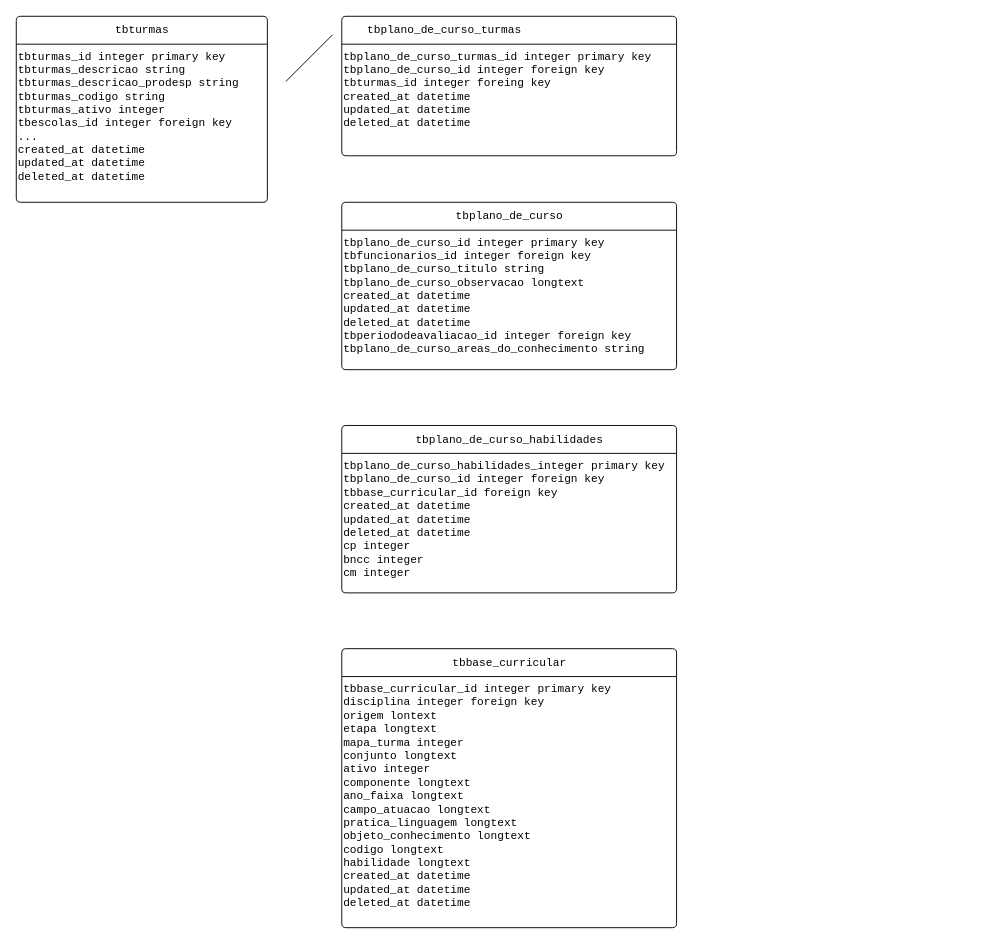
DjalmaANeto/modelagem-planos-de-curso-aula keeps this draw.io diagram as Diagrama sem nome.drawio. Above is the earlier version. Source tidied: cells renumbered, new cells numbered last; positions are measured from the earlier drawing's top-left corner, leaving out a move shared by most shapes. Both pictures are drawn from the tidied source at 93%, with x=0, y=0 at pixel (16, 16).
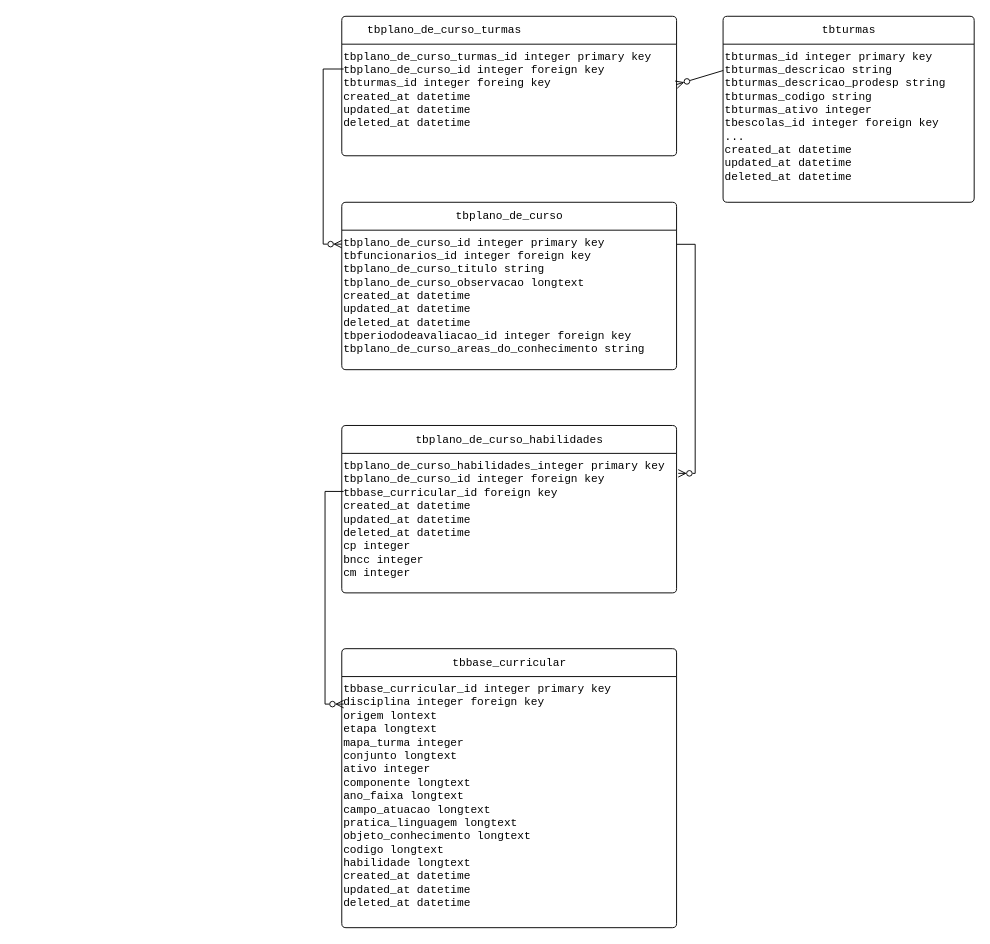
Above is the later version.

The change refers to these unchanged cells:
```xml
<mxCell id="2" style="graphMlID=entity0;gradientDirection=east;shape=swimlane;startSize=30;rounded=1;arcSize=5;strokeWidth=1.0;swimlaneFillColor=none;" parent="1" vertex="1">
  <mxGeometry x="350" y="200" width="360" height="180" as="geometry" />
</mxCell>
<mxCell id="3" value="tbplano_de_curso_id integer primary key&lt;br&gt;tbfuncionarios_id integer foreign key&lt;br&gt;tbplano_de_curso_titulo string&amp;nbsp;&lt;br&gt;tbplano_de_curso_observacao longtext&lt;br&gt;created_at datetime&lt;br&gt;updated_at datetime&lt;br&gt;deleted_at datetime&lt;br&gt;tbperiododeavaliacao_id integer foreign key&lt;br&gt;tbplano_de_curso_areas_do_conhecimento string" style="text;html=1;spacing=0;align=left;fontFamily=courier;fontSize=12;fontStyle=0;=center;" parent="2" vertex="1">
  <mxGeometry x="2" y="31.7" width="358" height="148.3" as="geometry" />
</mxCell>
<mxCell id="6" value="&lt;font color=&quot;#000000&quot;&gt;tbplano_de_curso_habilidades_integer primary key&lt;br&gt;tbplano_de_curso_id integer foreign key&lt;br&gt;tbbase_curricular_id foreign key&lt;br&gt;created_at datetime&lt;br&gt;updated_at datetime&lt;br&gt;deleted_at datetime&lt;br&gt;cp integer&lt;br&gt;bncc integer&lt;br&gt;cm integer&lt;/font&gt;" style="text;html=1;spacing=0;align=left;fontFamily=courier;fontSize=12;fontStyle=0;=center;fontColor=#c4c4c4;" parent="5" vertex="1">
  <mxGeometry x="2" y="31.7" width="358" height="157" as="geometry" />
</mxCell>
<mxCell id="9" value="&lt;font color=&quot;#000000&quot;&gt;tbbase_curricular_id integer primary key&lt;br&gt;disciplina integer foreign key&lt;br&gt;origem lontext&amp;nbsp;&lt;br&gt;etapa longtext&lt;br&gt;mapa_turma integer&lt;br&gt;conjunto longtext&lt;br&gt;ativo integer&lt;br&gt;componente longtext&lt;br&gt;ano_faixa longtext&lt;br&gt;campo_atuacao longtext&lt;br&gt;pratica_linguagem longtext&lt;br&gt;objeto_conhecimento longtext&lt;br&gt;codigo longtext&lt;br&gt;habilidade longtext&lt;br&gt;created_at datetime&lt;br&gt;updated_at datetime&lt;br&gt;deleted_at datetime&lt;span style=&quot;white-space: pre;&quot;&gt;&#9;&lt;/span&gt;&lt;/font&gt;" style="text;html=1;spacing=0;align=left;fontFamily=courier;fontSize=12;fontStyle=0;=center;fontColor=#c4c4c4;" parent="8" vertex="1">
  <mxGeometry x="2" y="31.7" width="358" height="268.3" as="geometry" />
</mxCell>
<mxCell id="12" value="&lt;font color=&quot;#000000&quot;&gt;tbplano_de_curso_turmas_id integer primary key&lt;br&gt;tbplano_de_curso_id integer foreign key&lt;br&gt;tbturmas_id integer foreing key&lt;br&gt;created_at datetime&lt;br&gt;updated_at datetime&lt;br&gt;deleted_at datetime&lt;/font&gt;" style="text;html=1;spacing=0;align=left;fontFamily=courier;fontSize=12;fontStyle=0;=center;fontColor=#c4c4c4;swimlaneFillColor=none;strokeColor=none;" parent="11" vertex="1">
  <mxGeometry x="2" y="31.7" width="358" height="100" as="geometry" />
</mxCell>
<mxCell id="15" value="&lt;font color=&quot;#000000&quot;&gt;tbturmas_id integer primary key&lt;br&gt;tbturmas_descricao string&amp;nbsp;&lt;br&gt;tbturmas_descricao_prodesp string&lt;br&gt;tbturmas_codigo string&lt;br&gt;tbturmas_ativo integer&amp;nbsp;&lt;br&gt;tbescolas_id integer foreign key&lt;br&gt;...&lt;br&gt;created_at datetime&lt;br&gt;updated_at datetime&lt;br&gt;deleted_at&lt;span style=&quot;white-space: pre;&quot;&gt;&amp;nbsp;datetime&lt;/span&gt;&lt;span style=&quot;white-space: pre;&quot;&gt;&amp;nbsp;&amp;nbsp;&amp;nbsp;&lt;/span&gt;&lt;span style=&quot;white-space: pre;&quot;&gt;&amp;nbsp;&amp;nbsp;&amp;nbsp;&amp;nbsp;&lt;/span&gt;&lt;span style=&quot;white-space: pre;&quot;&gt;&amp;nbsp;&amp;nbsp;&amp;nbsp;&amp;nbsp;&lt;/span&gt;&lt;span style=&quot;white-space: pre;&quot;&gt;&amp;nbsp;&amp;nbsp;&amp;nbsp;&amp;nbsp;&lt;/span&gt;&lt;/font&gt;" style="text;html=1;spacing=0;align=left;fontFamily=courier;fontSize=12;fontStyle=0;=center;fontColor=#c4c4c4;" parent="14" vertex="1">
  <mxGeometry x="2" y="31.7" width="258" height="168.3" as="geometry" />
</mxCell>
```

Diff of the diagram source:
```diff
@@
+    <mxCell id="18" style="edgeStyle=orthogonalEdgeStyle;rounded=0;jettySize=auto;html=1;entryX=0;entryY=0.25;entryDx=0;entryDy=0;exitX=0;exitY=0.25;exitDx=0;exitDy=0;endArrow=ERzeroToMany;endFill=0;" parent="1" edge="1" source="12" target="2">
+      <mxGeometry relative="1" as="geometry" />
+    </mxCell>
@@
     <mxCell id="14" style="graphMlID=entity0;gradientDirection=east;shape=swimlane;startSize=30;rounded=1;arcSize=5;fillColor=none;strokeColor=#000000;strokeWidth=1.0;swimlaneFillColor=none;" parent="1" vertex="1">
-      <mxGeometry width="270" height="200" as="geometry" />
+      <mxGeometry x="760" width="270" height="200" as="geometry" />
     </mxCell>
@@
-    <mxCell id="17" style="endArrow=none;html=1;rounded=0;" parent="1" edge="1">
-      <mxGeometry relative="1" as="geometry">
-        <mxPoint x="290" y="70" as="sourcePoint" />
-        <mxPoint x="340" y="20" as="targetPoint" />
-      </mxGeometry>
+    <mxCell id="17" style="endArrow=ERzeroToMany;html=1;rounded=0;exitX=-0.007;exitY=0.158;exitDx=0;exitDy=0;endFill=0;exitPerimeter=0;entryX=0.999;entryY=0.418;entryDx=0;entryDy=0;entryPerimeter=0;" parent="1" edge="1" source="15" target="12">
+      <mxGeometry relative="1" as="geometry" />
     </mxCell>
+    <mxCell id="19" style="edgeStyle=orthogonalEdgeStyle;rounded=0;jettySize=auto;html=1;entryX=1.005;entryY=0.126;entryDx=0;entryDy=0;exitX=1.001;exitY=0.091;exitDx=0;exitDy=0;exitPerimeter=0;entryPerimeter=0;endArrow=ERzeroToMany;endFill=0;" parent="1" edge="1" source="3" target="6">
+      <mxGeometry relative="1" as="geometry">
+        <Array as="points">
+          <mxPoint x="730" y="245" />
+          <mxPoint x="730" y="491" />
+        </Array>
+      </mxGeometry>
+    </mxCell>
+    <mxCell id="20" style="edgeStyle=orthogonalEdgeStyle;rounded=0;jettySize=auto;html=1;exitX=0;exitY=0.25;exitDx=0;exitDy=0;entryX=0;entryY=0.104;entryDx=0;entryDy=0;entryPerimeter=0;endArrow=ERzeroToMany;endFill=0;" parent="1" edge="1" source="6" target="9">
+      <mxGeometry relative="1" as="geometry" />
+    </mxCell>
```
